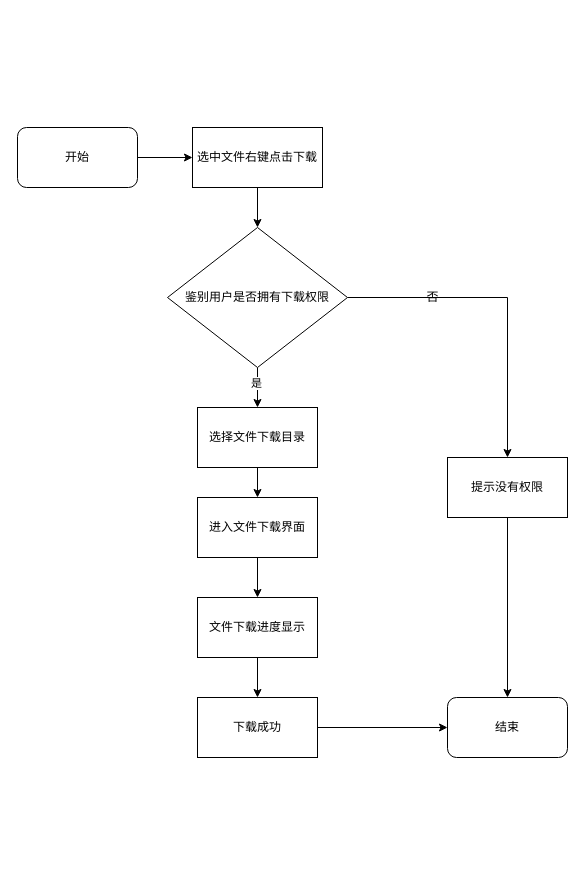
The draw.io diagram 文件下载流程图.drawio in shehuinidataoge/-, before the edit. Source tidied: cells renumbered, new cells numbered last; positions are measured from the earlier drawing's top-left corner, leaving out a move shared by most shapes. Both pictures are drawn from the tidied source at 100%, with x=0, y=0 at pixel (17, 127).
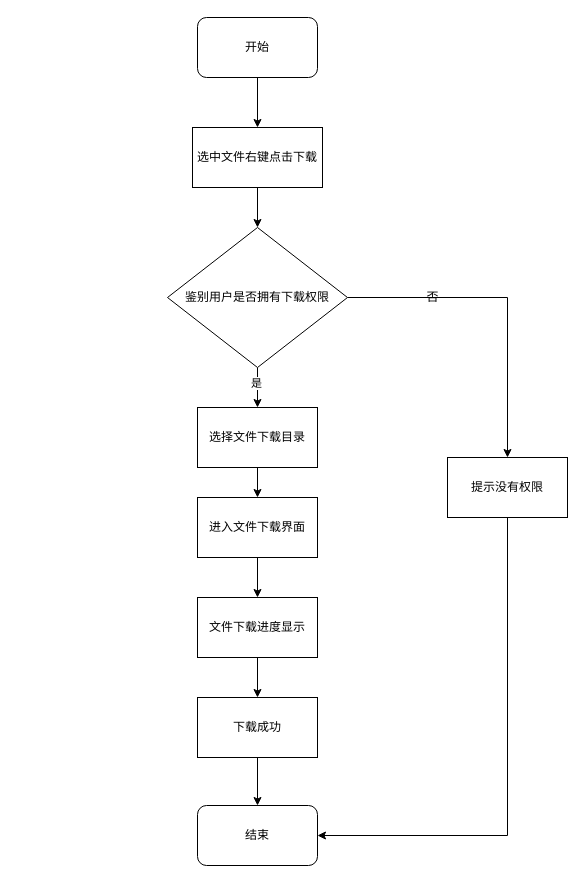
The same diagram, later.

Commit message:
Update 文件下载流程图.drawio

Unchanged cells that the change refers to:
```xml
<mxCell id="13" value="下载成功" style="rounded=0;whiteSpace=wrap;html=1;" parent="1" vertex="1">
  <mxGeometry x="180" y="570" width="120" height="60" as="geometry" />
</mxCell>
<mxCell id="20" value="提示没有权限" style="rounded=0;whiteSpace=wrap;html=1;" parent="1" vertex="1">
  <mxGeometry x="430" y="330" width="120" height="60" as="geometry" />
</mxCell>
```

Diff of the diagram source:
```diff
@@
     <mxCell id="3" value="开始&lt;br&gt;" style="rounded=1;whiteSpace=wrap;html=1;" parent="1" vertex="1">
-      <mxGeometry width="120" height="60" as="geometry" />
+      <mxGeometry x="180" y="-110" width="120" height="60" as="geometry" />
     </mxCell>
@@
-    <mxCell id="12" style="edgeStyle=orthogonalEdgeStyle;rounded=0;jettySize=auto;html=1;exitX=1;exitY=0.5;exitDx=0;exitDy=0;" parent="1" edge="1" source="13" target="14">
+    <mxCell id="12" style="edgeStyle=orthogonalEdgeStyle;rounded=0;jettySize=auto;html=1;exitX=0.5;exitY=1;exitDx=0;exitDy=0;" parent="1" edge="1" source="13" target="14">
       <mxGeometry relative="1" as="geometry" />
     </mxCell>
@@
     <mxCell id="14" value="结束" style="rounded=1;whiteSpace=wrap;html=1;" parent="1" vertex="1">
-      <mxGeometry x="430" y="570" width="120" height="60" as="geometry" />
+      <mxGeometry x="180" y="678" width="120" height="60" as="geometry" />
     </mxCell>
@@
-    <mxCell id="19" style="edgeStyle=orthogonalEdgeStyle;rounded=0;jettySize=auto;html=1;exitX=0.5;exitY=1;exitDx=0;exitDy=0;" parent="1" edge="1" source="20" target="14">
+    <mxCell id="19" style="edgeStyle=orthogonalEdgeStyle;rounded=0;jettySize=auto;html=1;exitX=0.5;exitY=1;exitDx=0;exitDy=0;entryX=1;entryY=0.5;entryDx=0;entryDy=0;" parent="1" edge="1" source="20" target="14">
       <mxGeometry relative="1" as="geometry" />
     </mxCell>
```
